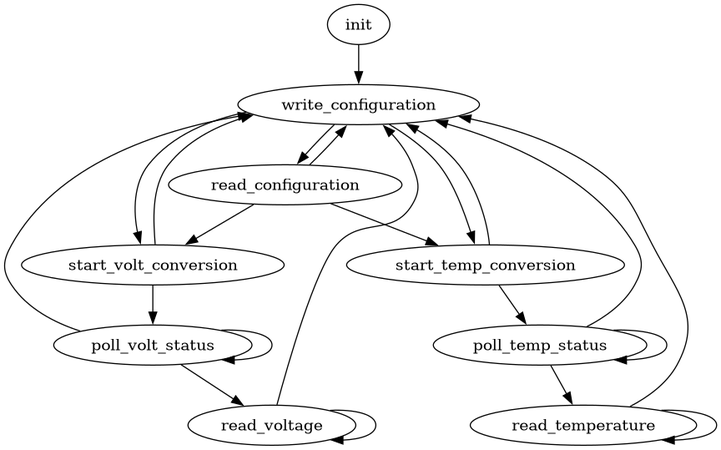
eagletrt/hv-bms-cellboard-sw keeps this Graphviz diagram as assets/bms-monitor-fsm/bms-monitor-fsm.png. Above is the earlier version. Its source is kept beside it as assets/bms-monitor-fsm/bms-monitor-fsm.dot.
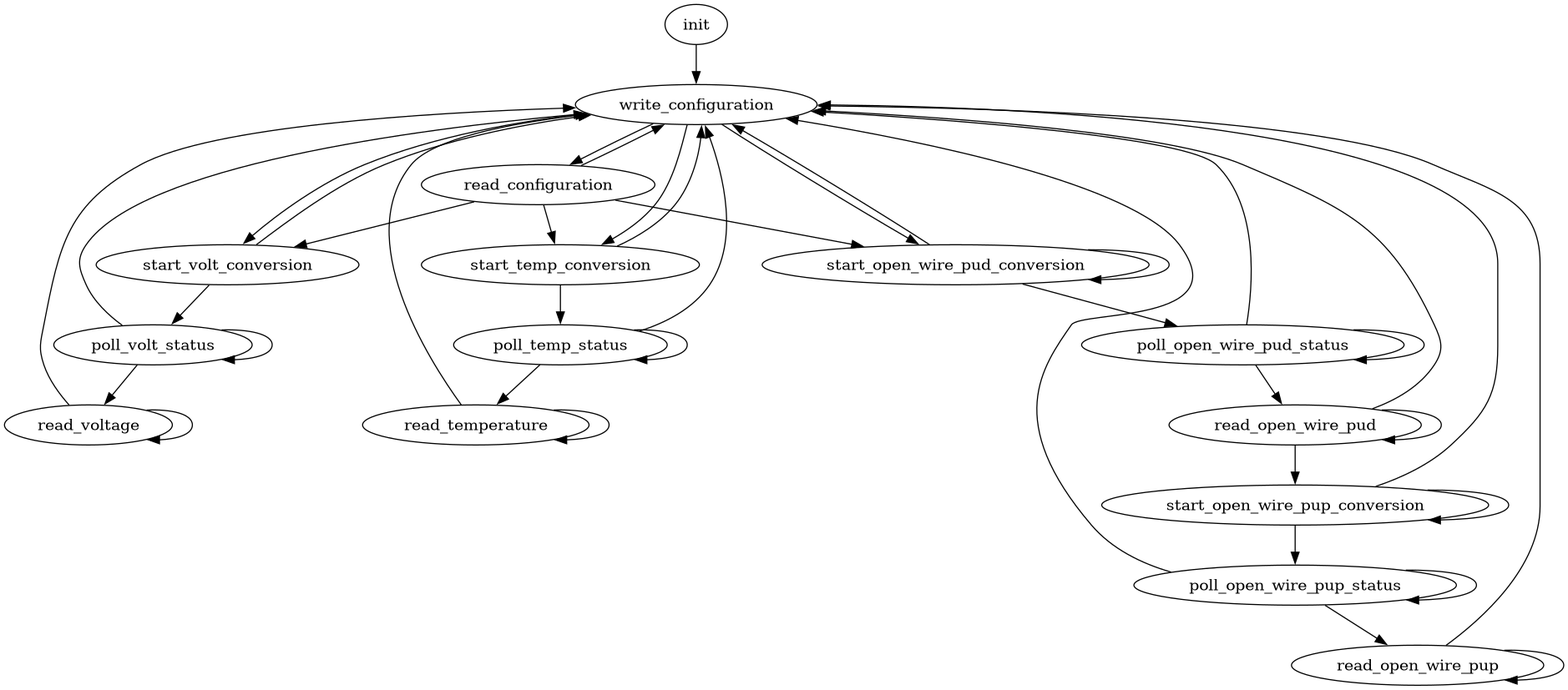
The same diagram one commit later.

Change to the diagram source:
```diff
@@ -19,6 +19,14 @@
     poll_temp_status
     read_temperature
 
+    /* Open wire */
+    start_open_wire_pud_conversion
+    poll_open_wire_pud_status
+    read_open_wire_pud
+    start_open_wire_pup_conversion
+    poll_open_wire_pup_status
+    read_open_wire_pup
+
     /* Initialization */
     init -> write_configuration
 
@@ -26,10 +34,12 @@
     write_configuration -> read_configuration
     write_configuration -> start_volt_conversion
     write_configuration -> start_temp_conversion
+    write_configuration -> start_open_wire_pud_conversion
 
     read_configuration -> write_configuration
     read_configuration -> start_volt_conversion
     read_configuration -> start_temp_conversion
+    read_configuration -> start_open_wire_pud_conversion
 
     /* Read voltages */
     start_volt_conversion -> poll_volt_status
@@ -52,4 +62,28 @@
 
     read_temperature -> read_temperature
     read_temperature -> write_configuration
+
+    /* Open wire */
+    start_open_wire_pud_conversion -> start_open_wire_pud_conversion
+    start_open_wire_pud_conversion -> poll_open_wire_pud_status
+    start_open_wire_pud_conversion -> write_configuration
+
+    poll_open_wire_pud_status -> poll_open_wire_pud_status
+    poll_open_wire_pud_status -> read_open_wire_pud
+    poll_open_wire_pud_status -> write_configuration
+
+    read_open_wire_pud -> read_open_wire_pud
+    read_open_wire_pud -> start_open_wire_pup_conversion
+    read_open_wire_pud -> write_configuration
+
+    start_open_wire_pup_conversion -> start_open_wire_pup_conversion
+    start_open_wire_pup_conversion -> poll_open_wire_pup_status
+    start_open_wire_pup_conversion -> write_configuration
+
+    poll_open_wire_pup_status -> poll_open_wire_pup_status
+    poll_open_wire_pup_status -> read_open_wire_pup
+    poll_open_wire_pup_status -> write_configuration
+
+    read_open_wire_pup -> read_open_wire_pup
+    read_open_wire_pup -> write_configuration
 }
```
